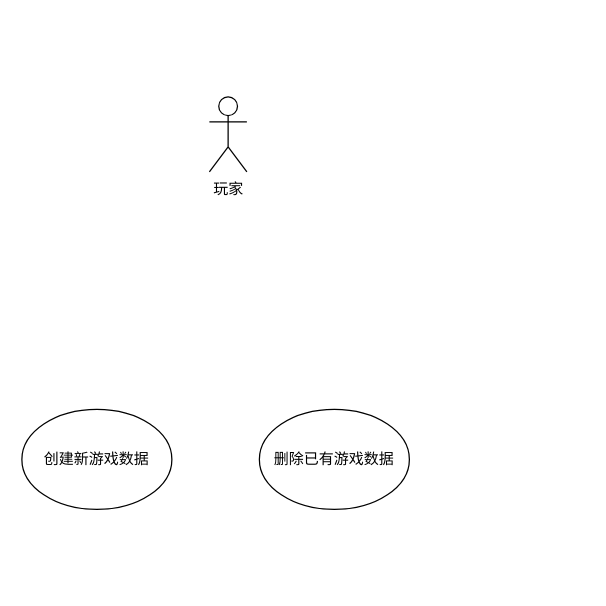
Earlier version of the draw.io diagram Drawio/UseCaseDiagram.drawio (lvxingzhe32/IDLE-Game). Source tidied: cells renumbered, new cells numbered last; positions are measured from the earlier drawing's top-left corner, leaving out a move shared by most shapes. Both pictures are drawn from the tidied source at 125%, with x=0, y=0 at pixel (21, 96).
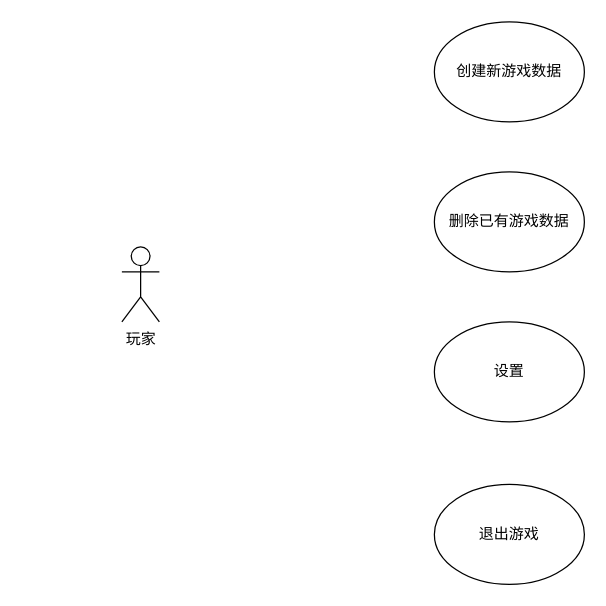
The same page after the edit.

Diff of the diagram source:
```diff
@@
 <mxGraphModel>
   <root>
     <mxCell id="0" />
     <mxCell id="1" parent="0" />
     <mxCell id="2" value="玩家" style="shape=umlActor;verticalLabelPosition=bottom;verticalAlign=top;html=1;labelPosition=center;align=center;" parent="1" vertex="1">
-      <mxGeometry x="150" width="30" height="60" as="geometry" />
+      <mxGeometry x="80" y="120" width="30" height="60" as="geometry" />
     </mxCell>
     <mxCell id="3" value="创建新游戏数据" style="ellipse;whiteSpace=wrap;html=1;" parent="1" vertex="1">
-      <mxGeometry y="250" width="120" height="80" as="geometry" />
+      <mxGeometry x="330" y="-60" width="120" height="80" as="geometry" />
     </mxCell>
     <mxCell id="4" value="删除已有游戏数据" style="ellipse;whiteSpace=wrap;html=1;" parent="1" vertex="1">
-      <mxGeometry x="190" y="250" width="120" height="80" as="geometry" />
+      <mxGeometry x="330" y="60" width="120" height="80" as="geometry" />
     </mxCell>
+    <mxCell id="5" value="设置" style="ellipse;whiteSpace=wrap;html=1;" parent="1" vertex="1">
+      <mxGeometry x="330" y="180" width="120" height="80" as="geometry" />
+    </mxCell>
+    <mxCell id="6" value="退出游戏" style="ellipse;whiteSpace=wrap;html=1;" parent="1" vertex="1">
+      <mxGeometry x="330" y="310" width="120" height="80" as="geometry" />
+    </mxCell>
   </root>
 </mxGraphModel>
```
